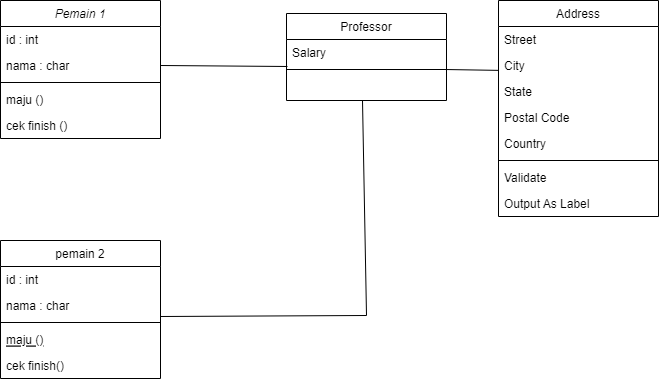
Before: balap karung.drawio.png, a diagram exported from draw.io (star-light-company/the-karung-race). Source tidied: cells renumbered, new cells last; positions are measured from the earlier drawing's top-left corner, leaving out a move shared by most shapes.
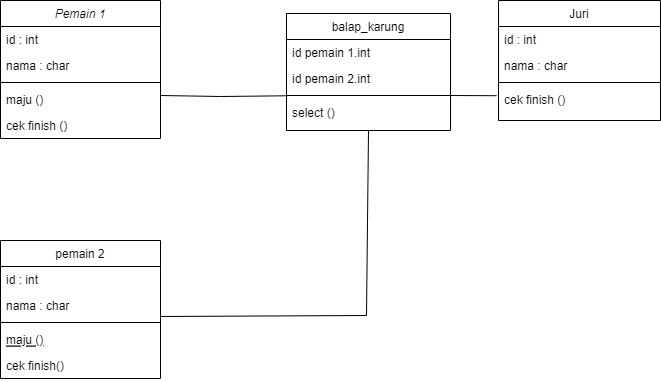
Later version of the same file.

Commit message:
class diagram balap karung.drawio.png

The edit, as a diff of the source:
```diff
@@ -38,58 +38,58 @@
     <mxCell id="13" value="cek finish()" style="text;align=left;verticalAlign=top;spacingLeft=4;spacingRight=4;overflow=hidden;" parent="8" vertex="1">
       <mxGeometry y="112" width="160" height="26" as="geometry" />
     </mxCell>
-    <mxCell id="14" value="Professor" style="swimlane;fontStyle=0;align=center;verticalAlign=top;horizontal=1;startSize=26;rounded=0;shadow=0;strokeWidth=1;" parent="1" vertex="1">
-      <mxGeometry x="286" y="13" width="160" height="87" as="geometry" />
+    <mxCell id="14" value="balap_karung" style="swimlane;fontStyle=0;align=center;verticalAlign=top;horizontal=1;startSize=26;rounded=0;shadow=0;strokeWidth=1;" parent="1" vertex="1">
+      <mxGeometry x="286" y="13" width="164" height="117" as="geometry" />
     </mxCell>
-    <mxCell id="15" value="Salary" style="text;align=left;verticalAlign=top;spacingLeft=4;spacingRight=4;overflow=hidden;points=[[0,0.5],[1,0.5]];portConstraint=eastwest;" parent="14" vertex="1">
-      <mxGeometry y="26" width="160" height="26" as="geometry" />
+    <mxCell id="15" value="id pemain 1.int" style="text;align=left;verticalAlign=top;spacingLeft=4;spacingRight=4;overflow=hidden;points=[[0,0.5],[1,0.5]];portConstraint=eastwest;" parent="14" vertex="1">
+      <mxGeometry y="26" width="164" height="26" as="geometry" />
     </mxCell>
-    <mxCell id="16" style="line;html=1;strokeWidth=1;align=left;verticalAlign=middle;spacingTop=-1;spacingLeft=3;spacingRight=3;labelPosition=right;" parent="14" vertex="1">
-      <mxGeometry y="52" width="160" height="8" as="geometry" />
-    </mxCell>
-    <mxCell id="17" style="endArrow=none;html=1;rounded=0;exitX=0.969;exitY=0.625;exitDx=0;exitDy=0;exitPerimeter=0;entryX=-0.003;entryY=0.687;entryDx=0;entryDy=0;entryPerimeter=0;" parent="14" edge="1" target="20">
-      <mxGeometry relative="1" as="geometry">
-        <mxPoint x="158" y="56" as="sourcePoint" />
-      </mxGeometry>
-    </mxCell>
+    <mxCell id="29" value="id pemain 2.int" style="text;align=left;verticalAlign=top;spacingLeft=4;spacingRight=4;overflow=hidden;" parent="14" vertex="1">
+      <mxGeometry y="52" width="164" height="26" as="geometry" />
+    </mxCell>
+    <mxCell id="30" style="line;html=1;strokeWidth=1;align=left;verticalAlign=middle;spacingTop=-1;spacingLeft=3;spacingRight=3;labelPosition=right;" parent="14" vertex="1">
+      <mxGeometry y="78" width="164" height="8" as="geometry" />
+    </mxCell>
+    <mxCell id="31" value="select ()" style="text;align=left;verticalAlign=top;spacingLeft=4;spacingRight=4;overflow=hidden;" parent="14" vertex="1">
+      <mxGeometry y="86" width="164" height="26" as="geometry" />
+    </mxCell>
-    <mxCell id="18" value="Address" style="swimlane;fontStyle=0;align=center;verticalAlign=top;horizontal=1;startSize=26;rounded=0;shadow=0;strokeWidth=1;" parent="1" vertex="1">
-      <mxGeometry x="498" width="160" height="216" as="geometry" />
+    <mxCell id="18" value="Juri" style="swimlane;fontStyle=0;align=center;verticalAlign=top;horizontal=1;startSize=26;rounded=0;shadow=0;strokeWidth=1;" parent="1" vertex="1">
+      <mxGeometry x="498" width="162" height="120" as="geometry" />
     </mxCell>
-    <mxCell id="19" value="Street" style="text;align=left;verticalAlign=top;spacingLeft=4;spacingRight=4;overflow=hidden;" parent="18" vertex="1">
-      <mxGeometry y="26" width="160" height="26" as="geometry" />
+    <mxCell id="19" value="id : int" style="text;align=left;verticalAlign=top;spacingLeft=4;spacingRight=4;overflow=hidden;" parent="18" vertex="1">
+      <mxGeometry y="26" width="162" height="26" as="geometry" />
     </mxCell>
-    <mxCell id="20" value="City" style="text;align=left;verticalAlign=top;spacingLeft=4;spacingRight=4;overflow=hidden;points=[[0,0.5],[1,0.5]];portConstraint=eastwest;rounded=0;shadow=0;html=0;" parent="18" vertex="1">
-      <mxGeometry y="52" width="160" height="26" as="geometry" />
+    <mxCell id="20" value="nama : char" style="text;align=left;verticalAlign=top;spacingLeft=4;spacingRight=4;overflow=hidden;points=[[0,0.5],[1,0.5]];portConstraint=eastwest;rounded=0;shadow=0;html=0;" parent="18" vertex="1">
+      <mxGeometry y="52" width="162" height="26" as="geometry" />
     </mxCell>
-    <mxCell id="21" value="State" style="text;align=left;verticalAlign=top;spacingLeft=4;spacingRight=4;overflow=hidden;rounded=0;shadow=0;html=0;" parent="18" vertex="1">
-      <mxGeometry y="78" width="160" height="26" as="geometry" />
-    </mxCell>
-    <mxCell id="22" value="Postal Code" style="text;align=left;verticalAlign=top;spacingLeft=4;spacingRight=4;overflow=hidden;rounded=0;shadow=0;html=0;" parent="18" vertex="1">
-      <mxGeometry y="104" width="160" height="26" as="geometry" />
-    </mxCell>
-    <mxCell id="23" value="Country" style="text;align=left;verticalAlign=top;spacingLeft=4;spacingRight=4;overflow=hidden;rounded=0;shadow=0;html=0;" parent="18" vertex="1">
-      <mxGeometry y="130" width="160" height="26" as="geometry" />
-    </mxCell>
     <mxCell id="24" style="line;html=1;strokeWidth=1;align=left;verticalAlign=middle;spacingTop=-1;spacingLeft=3;spacingRight=3;labelPosition=right;" parent="18" vertex="1">
-      <mxGeometry y="156" width="160" height="8" as="geometry" />
+      <mxGeometry y="78" width="162" height="8" as="geometry" />
     </mxCell>
-    <mxCell id="25" value="Validate" style="text;align=left;verticalAlign=top;spacingLeft=4;spacingRight=4;overflow=hidden;" parent="18" vertex="1">
-      <mxGeometry y="164" width="160" height="26" as="geometry" />
-    </mxCell>
-    <mxCell id="26" value="Output As Label" style="text;align=left;verticalAlign=top;spacingLeft=4;spacingRight=4;overflow=hidden;" parent="18" vertex="1">
-      <mxGeometry y="190" width="160" height="26" as="geometry" />
+    <mxCell id="26" value="cek finish ()" style="text;align=left;verticalAlign=top;spacingLeft=4;spacingRight=4;overflow=hidden;" parent="18" vertex="1">
+      <mxGeometry y="86" width="162" height="26" as="geometry" />
     </mxCell>
-    <mxCell id="27" style="endArrow=none;html=1;rounded=0;entryX=0.5;entryY=1;entryDx=0;entryDy=0;exitX=1.025;exitY=0.923;exitDx=0;exitDy=0;exitPerimeter=0;" parent="1" edge="1">
+    <mxCell id="27" style="endArrow=none;html=1;rounded=0;exitX=1.025;exitY=0.923;exitDx=0;exitDy=0;exitPerimeter=0;entryX=0.5;entryY=1;entryDx=0;entryDy=0;" parent="1" edge="1" target="14">
       <mxGeometry relative="1" as="geometry">
         <mxPoint x="160" y="316" as="sourcePoint" />
-        <mxPoint x="362" y="100" as="targetPoint" />
         <Array as="points">
           <mxPoint x="366" y="315" />
         </Array>
       </mxGeometry>
     </mxCell>
-    <mxCell id="28" style="endArrow=none;html=1;rounded=0;entryX=0.006;entryY=1.038;entryDx=0;entryDy=0;exitX=1;exitY=0.5;exitDx=0;exitDy=0;entryPerimeter=0;" parent="1" edge="1" source="4" target="15">
-      <mxGeometry relative="1" as="geometry" />
+    <mxCell id="28" style="endArrow=none;html=1;rounded=0;exitX=1;exitY=0.5;exitDx=0;exitDy=0;entryX=0.005;entryY=0.41;entryDx=0;entryDy=0;entryPerimeter=0;" parent="1" edge="1">
+      <mxGeometry relative="1" as="geometry">
+        <mxPoint x="160" y="95" as="sourcePoint" />
+        <mxPoint x="286.8" y="95.3" as="targetPoint" />
+        <Array as="points">
+          <mxPoint x="220" y="96" />
+        </Array>
+      </mxGeometry>
     </mxCell>
+    <mxCell id="17" style="endArrow=none;html=1;rounded=0;entryX=-0.012;entryY=0.662;entryDx=0;entryDy=0;entryPerimeter=0;" parent="1" edge="1">
+      <mxGeometry relative="1" as="geometry">
+        <mxPoint x="450" y="95" as="sourcePoint" />
+        <mxPoint x="496.1" y="95.2" as="targetPoint" />
+      </mxGeometry>
+    </mxCell>
   </root>
 </mxGraphModel>
```
